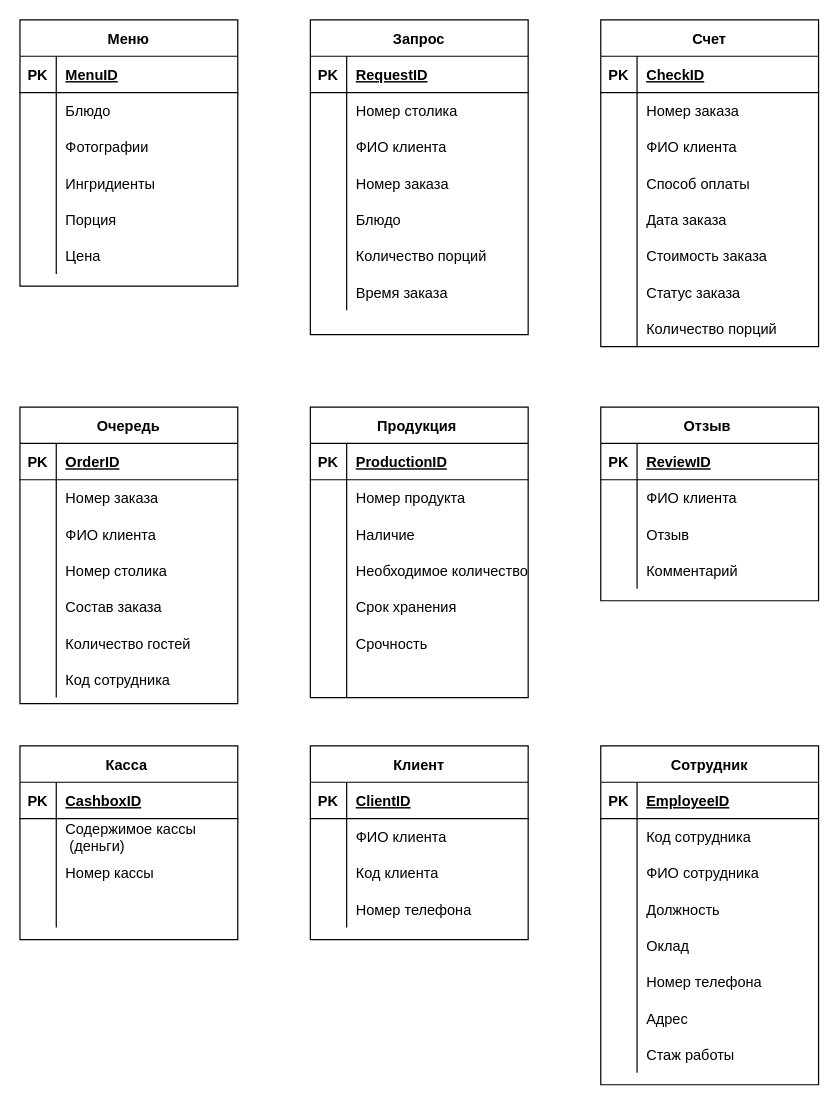
Earlier version of the draw.io diagram ER-diagram.drawio (maria-kuchina262002/mypracticework). Source tidied: cells renumbered, new cells numbered last; positions are measured from the earlier drawing's top-left corner, leaving out a move shared by most shapes. Both pictures are drawn from the tidied source at 121%, with x=0, y=0 at pixel (19, 19).
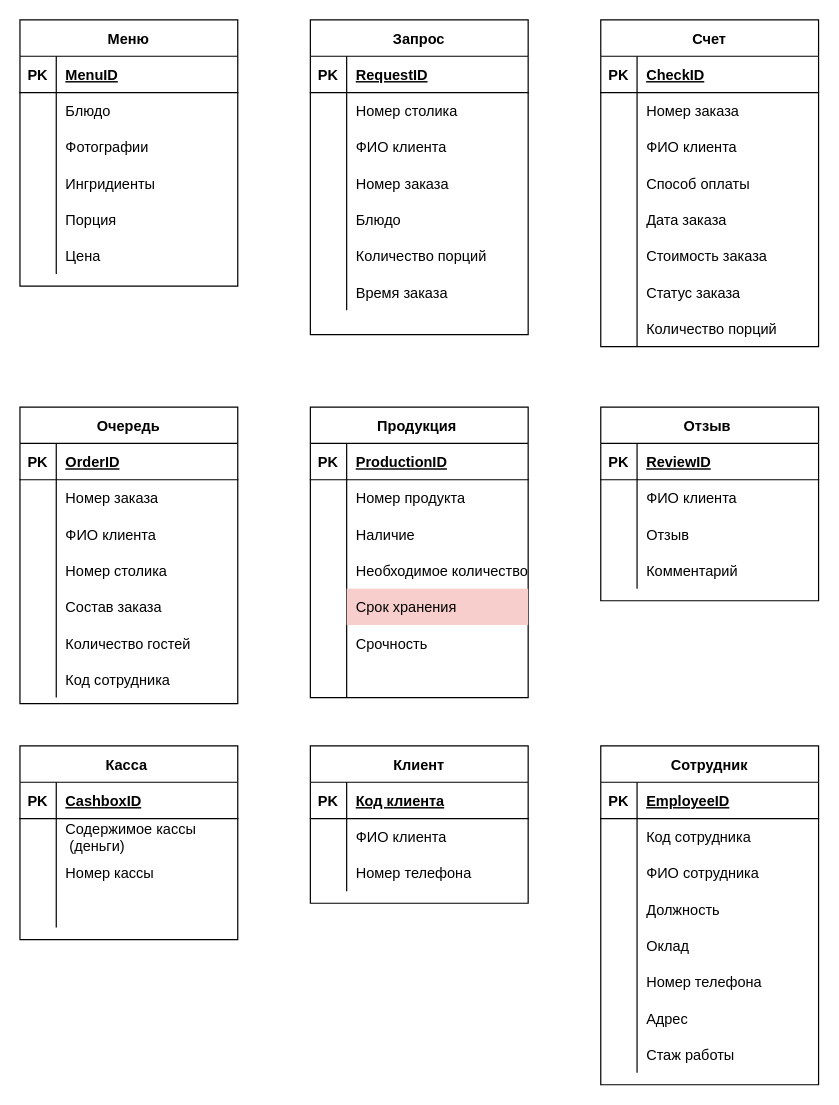
The same page after the edit.

The change refers to these unchanged cells:
```xml
<mxCell id="56" style="shape=partialRectangle;fillColor=none;top=0;left=0;bottom=0;right=0;" parent="43" vertex="1">
  <mxGeometry y="150" width="180" height="30" as="geometry" />
</mxCell>
<mxCell id="139" style="shape=partialRectangle;fillColor=none;top=0;left=0;bottom=1;right=0;" parent="138" vertex="1">
  <mxGeometry y="30" width="180" height="30" as="geometry" />
</mxCell>
```

What changed in the source:
```diff
@@
-    <mxCell id="58" value="Срок хранения" style="shape=partialRectangle;fillColor=none;top=0;left=0;bottom=0;right=0;align=left;spacingLeft=6;overflow=hidden;" parent="56" vertex="1">
+    <mxCell id="58" value="Срок хранения" style="shape=partialRectangle;fillColor=#f8cecc;top=0;left=0;bottom=0;right=0;align=left;spacingLeft=6;overflow=hidden;strokeColor=#b85450;" parent="56" vertex="1">
       <mxGeometry x="30" width="150" height="30" as="geometry" />
     </mxCell>
@@
     <mxCell id="138" value="Клиент" style="shape=table;startSize=30;childLayout=tableLayout;rowLines=0;fontStyle=1;align=center;" parent="1" vertex="1">
-      <mxGeometry x="240" y="600" width="180" height="160" as="geometry" />
+      <mxGeometry x="240" y="600" width="180" height="130" as="geometry" />
     </mxCell>
@@
-    <mxCell id="141" value="ClientID" style="shape=partialRectangle;fillColor=none;top=0;left=0;bottom=0;right=0;align=left;spacingLeft=6;fontStyle=5;overflow=hidden;" parent="139" vertex="1">
+    <mxCell id="141" value="Код клиента" style="shape=partialRectangle;fillColor=none;top=0;left=0;bottom=0;right=0;align=left;spacingLeft=6;fontStyle=5;overflow=hidden;" parent="139" vertex="1">
       <mxGeometry x="30" width="150" height="30" as="geometry" />
     </mxCell>
@@
-    <mxCell id="145" style="shape=partialRectangle;fillColor=none;top=0;left=0;bottom=0;right=0;" parent="138" vertex="1">
-      <mxGeometry y="90" width="180" height="30" as="geometry" />
-    </mxCell>
-    <mxCell id="146" style="shape=partialRectangle;fillColor=none;top=0;left=0;bottom=0;right=0;overflow=hidden;" parent="145" vertex="1">
-      <mxGeometry width="30" height="30" as="geometry" />
-    </mxCell>
-    <mxCell id="147" value="Код клиента" style="shape=partialRectangle;fillColor=none;top=0;left=0;bottom=0;right=0;align=left;spacingLeft=6;overflow=hidden;" parent="145" vertex="1">
-      <mxGeometry x="30" width="150" height="30" as="geometry" />
-    </mxCell>
     <mxCell id="148" style="shape=partialRectangle;fillColor=none;top=0;left=0;bottom=0;right=0;" parent="138" vertex="1">
-      <mxGeometry y="120" width="180" height="30" as="geometry" />
+      <mxGeometry y="90" width="180" height="30" as="geometry" />
     </mxCell>
```
